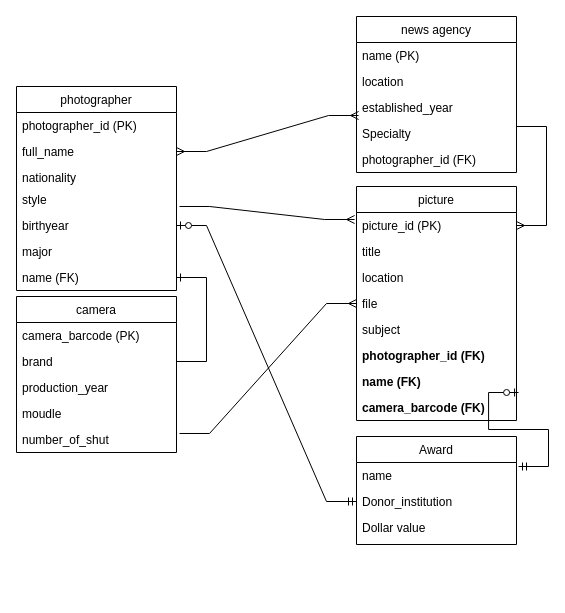
Earlier version of the draw.io diagram Untitled Diagram.drawio (FatemeZahraAzad/python). Source tidied: cells renumbered, new cells numbered last; positions are measured from the earlier drawing's top-left corner, leaving out a move shared by most shapes. Both pictures are drawn from the tidied source at 100%, with x=0, y=0 at pixel (16, 16).
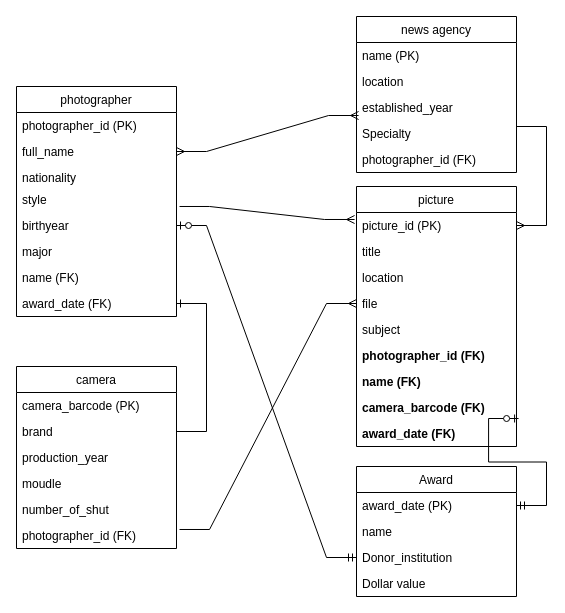
Above is the later version.

Change to the diagram source:
```diff
@@
     <mxCell id="2" value="Award" style="swimlane;fontStyle=0;align=center;verticalAlign=top;horizontal=1;startSize=26;rounded=0;shadow=0;strokeWidth=1;" parent="1" vertex="1">
-      <mxGeometry x="340" y="420" width="160" height="108" as="geometry" />
+      <mxGeometry x="340" y="450" width="160" height="130" as="geometry" />
     </mxCell>
+    <mxCell id="42" value="award_date (PK)" style="text;align=left;verticalAlign=top;spacingLeft=4;spacingRight=4;overflow=hidden;points=[[0,0.5],[1,0.5]];portConstraint=eastwest;" parent="2" vertex="1">
+      <mxGeometry y="26" width="160" height="26" as="geometry" />
+    </mxCell>
     <mxCell id="3" value="name" style="text;align=left;verticalAlign=top;spacingLeft=4;spacingRight=4;overflow=hidden;" parent="2" vertex="1">
-      <mxGeometry y="26" width="160" height="26" as="geometry" />
+      <mxGeometry y="52" width="160" height="26" as="geometry" />
     </mxCell>
     <mxCell id="4" value="Donor_institution" style="text;align=left;verticalAlign=top;spacingLeft=4;spacingRight=4;overflow=hidden;points=[[0,0.5],[1,0.5]];portConstraint=eastwest;" parent="2" vertex="1">
-      <mxGeometry y="52" width="160" height="26" as="geometry" />
+      <mxGeometry y="78" width="160" height="26" as="geometry" />
     </mxCell>
     <mxCell id="5" value="Dollar value" style="text;align=left;verticalAlign=top;spacingLeft=4;spacingRight=4;overflow=hidden;" parent="2" vertex="1">
-      <mxGeometry y="78" width="160" height="26" as="geometry" />
+      <mxGeometry y="104" width="160" height="26" as="geometry" />
     </mxCell>
     <mxCell id="6" value="picture" style="swimlane;fontStyle=0;align=center;verticalAlign=top;horizontal=1;startSize=26;rounded=0;shadow=0;strokeWidth=1;" parent="1" vertex="1">
-      <mxGeometry x="340" y="170" width="160" height="234" as="geometry" />
+      <mxGeometry x="340" y="170" width="160" height="260" as="geometry" />
     </mxCell>
@@
+    <mxCell id="43" value="camera_barcode (FK)" style="text;align=left;verticalAlign=top;spacingLeft=4;spacingRight=4;overflow=hidden;fontStyle=1;" parent="6" vertex="1">
+      <mxGeometry y="208" width="160" height="26" as="geometry" />
+    </mxCell>
-    <mxCell id="14" value="camera_barcode (FK)" style="text;align=left;verticalAlign=top;spacingLeft=4;spacingRight=4;overflow=hidden;points=[[0,0.5],[1,0.5]];portConstraint=eastwest;fontStyle=1;" parent="6" vertex="1">
-      <mxGeometry y="208" width="160" height="26" as="geometry" />
+    <mxCell id="14" value="award_date (FK)" style="text;align=left;verticalAlign=top;spacingLeft=4;spacingRight=4;overflow=hidden;points=[[0,0.5],[1,0.5]];portConstraint=eastwest;fontStyle=1;" parent="6" vertex="1">
+      <mxGeometry y="234" width="160" height="26" as="geometry" />
     </mxCell>
     <mxCell id="15" value="photographer" style="swimlane;fontStyle=0;align=center;verticalAlign=top;horizontal=1;startSize=26;rounded=0;shadow=0;strokeWidth=1;" parent="1" vertex="1">
-      <mxGeometry y="70" width="160" height="204" as="geometry" />
+      <mxGeometry y="70" width="160" height="230" as="geometry" />
     </mxCell>
@@
+    <mxCell id="44" value="name (FK)" style="text;align=left;verticalAlign=top;spacingLeft=4;spacingRight=4;overflow=hidden;" parent="15" vertex="1">
+      <mxGeometry y="178" width="160" height="26" as="geometry" />
+    </mxCell>
-    <mxCell id="22" value="name (FK)" style="text;align=left;verticalAlign=top;spacingLeft=4;spacingRight=4;overflow=hidden;points=[[0,0.5],[1,0.5]];portConstraint=eastwest;" parent="15" vertex="1">
-      <mxGeometry y="178" width="160" height="26" as="geometry" />
+    <mxCell id="22" value="award_date (FK)" style="text;align=left;verticalAlign=top;spacingLeft=4;spacingRight=4;overflow=hidden;points=[[0,0.5],[1,0.5]];portConstraint=eastwest;" parent="15" vertex="1">
+      <mxGeometry y="204" width="160" height="26" as="geometry" />
     </mxCell>
@@
     <mxCell id="29" value="camera" style="swimlane;fontStyle=0;align=center;verticalAlign=top;horizontal=1;startSize=26;rounded=0;shadow=0;strokeWidth=1;" parent="1" vertex="1">
-      <mxGeometry y="280" width="160" height="156" as="geometry" />
+      <mxGeometry y="350" width="160" height="182" as="geometry" />
     </mxCell>
@@
+    <mxCell id="45" value="number_of_shut" style="text;align=left;verticalAlign=top;spacingLeft=4;spacingRight=4;overflow=hidden;" parent="29" vertex="1">
+      <mxGeometry y="130" width="160" height="26" as="geometry" />
+    </mxCell>
-    <mxCell id="34" value="number_of_shut" style="text;align=left;verticalAlign=top;spacingLeft=4;spacingRight=4;overflow=hidden;points=[[0,0.5],[1,0.5]];portConstraint=eastwest;" parent="29" vertex="1">
-      <mxGeometry y="130" width="160" height="26" as="geometry" />
+    <mxCell id="34" value="photographer_id (FK)" style="text;align=left;verticalAlign=top;spacingLeft=4;spacingRight=4;overflow=hidden;points=[[0,0.5],[1,0.5]];portConstraint=eastwest;" parent="29" vertex="1">
+      <mxGeometry y="156" width="160" height="26" as="geometry" />
     </mxCell>
@@
-    <mxCell id="40" style="edgeStyle=entityRelationEdgeStyle;fontSize=12;html=1;endArrow=ERzeroToOne;startArrow=ERmandOne;rounded=0;entryX=1.013;entryY=-0.077;entryDx=0;entryDy=0;entryPerimeter=0;" parent="1" edge="1" target="14">
-      <mxGeometry relative="1" as="geometry">
-        <mxPoint x="502" y="450" as="sourcePoint" />
-      </mxGeometry>
+    <mxCell id="40" style="edgeStyle=entityRelationEdgeStyle;fontSize=12;html=1;endArrow=ERzeroToOne;startArrow=ERmandOne;rounded=0;entryX=1.013;entryY=-0.077;entryDx=0;entryDy=0;entryPerimeter=0;exitX=1;exitY=0.5;exitDx=0;exitDy=0;" parent="1" edge="1" source="42" target="14">
+      <mxGeometry relative="1" as="geometry" />
     </mxCell>
```
